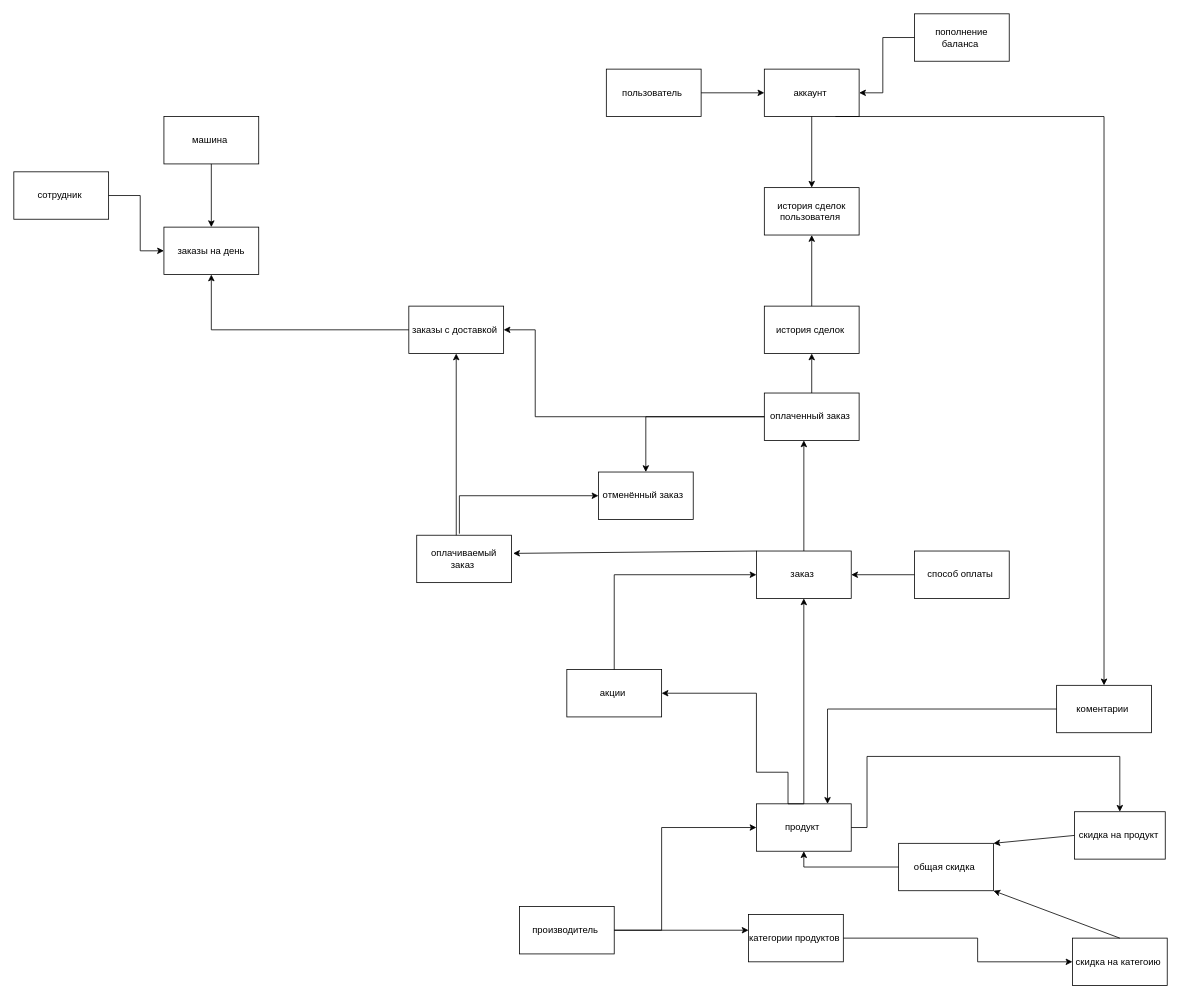
alexkhub/website2 keeps this draw.io diagram as page "Страница 1" (1 of 2) of django_rest1/DB.drawio. Above is the earlier version. Source tidied: cells renumbered, new cells numbered last; positions are measured from the earlier drawing's top-left corner, leaving out a move shared by most shapes. Both pictures are drawn from the tidied source at 79%, with x=0, y=0 at pixel (13, 13).
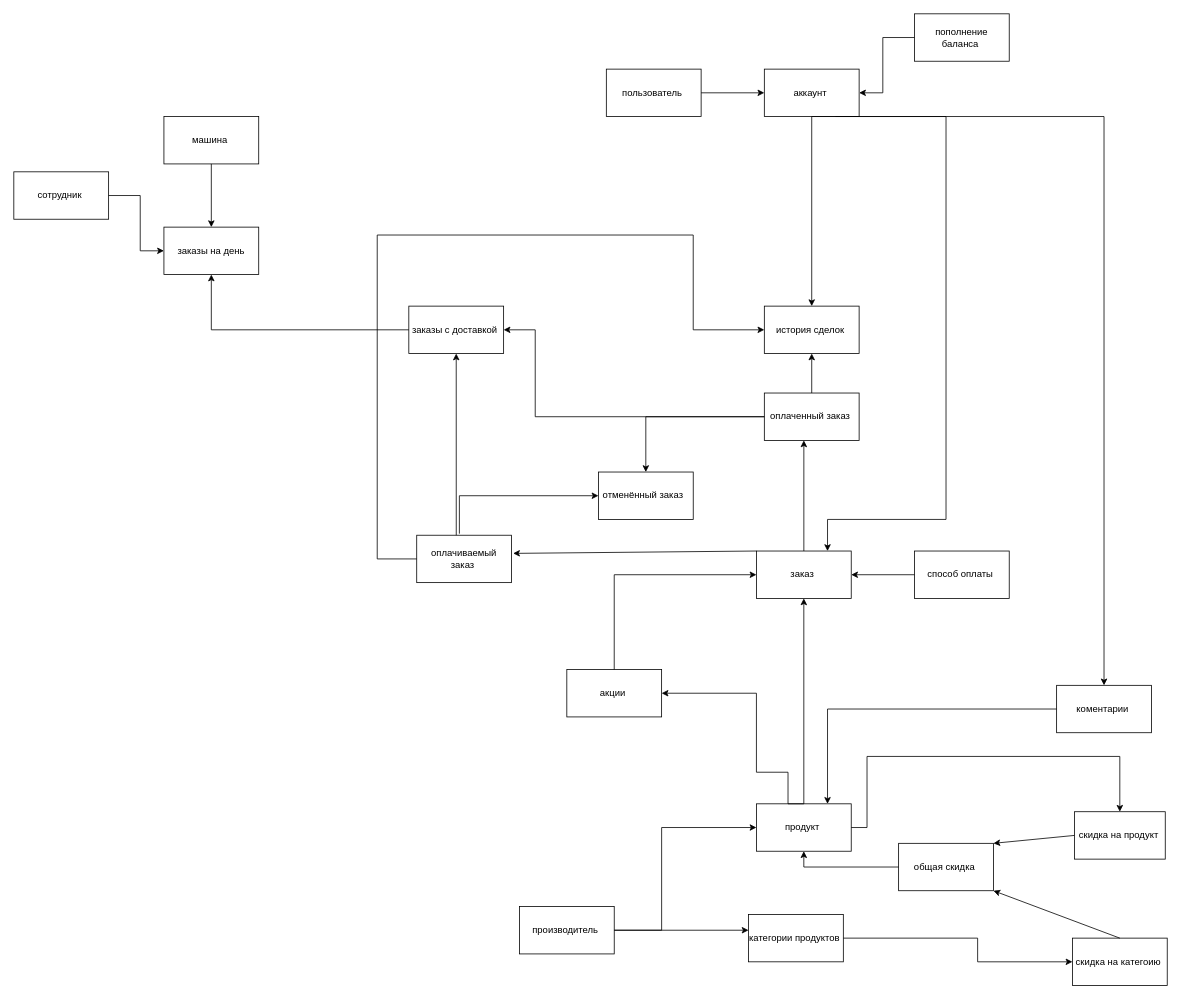
Above is the later version.

Unchanged cells that the change refers to:
```xml
<mxCell id="3" value="аккаунт&amp;nbsp;" style="rounded=0;whiteSpace=wrap;html=1;" parent="1" vertex="1">
  <mxGeometry x="950" y="70" width="120" height="60" as="geometry" />
</mxCell>
<mxCell id="12" value="история сделок&amp;nbsp;" style="rounded=0;whiteSpace=wrap;html=1;" parent="1" vertex="1">
  <mxGeometry x="950" y="370" width="120" height="60" as="geometry" />
</mxCell>
<mxCell id="14" value="оплачиваемый заказ&amp;nbsp;" style="rounded=0;whiteSpace=wrap;html=1;" parent="1" vertex="1">
  <mxGeometry x="510" y="660" width="120" height="60" as="geometry" />
</mxCell>
<mxCell id="17" value="заказ&amp;nbsp;" style="rounded=0;whiteSpace=wrap;html=1;" parent="1" vertex="1">
  <mxGeometry x="940" y="680" width="120" height="60" as="geometry" />
</mxCell>
```

What changed in the source:
```diff
@@
-    <mxCell id="7" style="endArrow=classic;html=1;rounded=0;exitX=0.5;exitY=1;exitDx=0;exitDy=0;" parent="1" edge="1" source="3" target="8">
+    <mxCell id="7" style="endArrow=classic;html=1;rounded=0;exitX=0.5;exitY=1;exitDx=0;exitDy=0;entryX=0.5;entryY=0;entryDx=0;entryDy=0;" parent="1" edge="1" source="3" target="12">
       <mxGeometry relative="1" as="geometry" />
     </mxCell>
-    <mxCell id="8" value="история сделок пользователя&amp;nbsp;" style="rounded=0;whiteSpace=wrap;html=1;" parent="1" vertex="1">
-      <mxGeometry x="950" y="220" width="120" height="60" as="geometry" />
-    </mxCell>
@@
-    <mxCell id="42" style="endArrow=classic;html=1;rounded=0;exitX=0.5;exitY=0;exitDx=0;exitDy=0;entryX=0.5;entryY=1;entryDx=0;entryDy=0;" parent="1" edge="1" source="12" target="8">
-      <mxGeometry relative="1" as="geometry" />
-    </mxCell>
@@
+    <mxCell id="51" style="endArrow=classic;html=1;rounded=0;exitX=0;exitY=0.5;exitDx=0;exitDy=0;entryX=0;entryY=0.5;entryDx=0;entryDy=0;" parent="1" edge="1" source="14" target="12">
+      <mxGeometry relative="1" as="geometry">
+        <Array as="points">
+          <mxPoint x="460" y="690" />
+          <mxPoint x="460" y="280" />
+          <mxPoint x="860" y="280" />
+          <mxPoint x="860" y="400" />
+        </Array>
+      </mxGeometry>
+    </mxCell>
+    <mxCell id="52" style="endArrow=classic;html=1;rounded=0;exitX=0.5;exitY=1;exitDx=0;exitDy=0;entryX=0.75;entryY=0;entryDx=0;entryDy=0;" parent="1" edge="1" source="3" target="17">
+      <mxGeometry relative="1" as="geometry">
+        <Array as="points">
+          <mxPoint x="1180" y="130" />
+          <mxPoint x="1180" y="640" />
+          <mxPoint x="1030" y="640" />
+        </Array>
+      </mxGeometry>
+    </mxCell>
```
